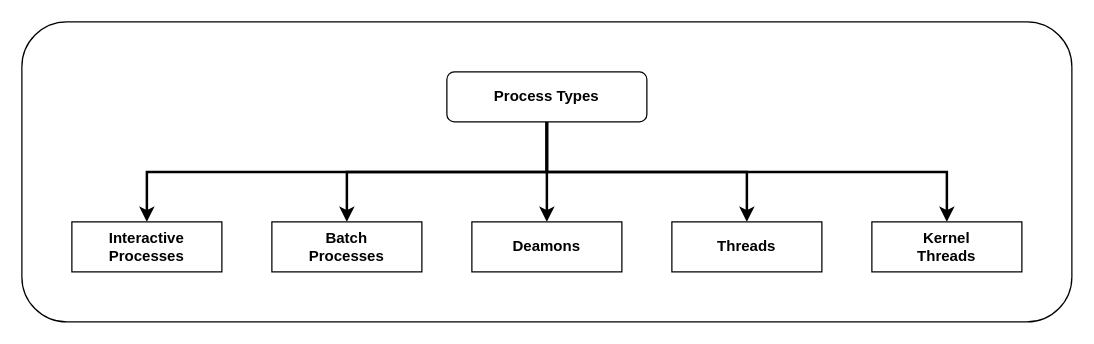
The draw.io diagram LFS101x_Introduction_to_Linux/DrawIO/Linux_Process_Types.drawio in Ravi-Upadhyay/linux-playground, before the edit. Source tidied: cells renumbered, new cells numbered last; positions are measured from the earlier drawing's top-left corner, leaving out a move shared by most shapes. Both pictures are drawn from the tidied source at 125%, with x=0, y=0 at pixel (21, 21).
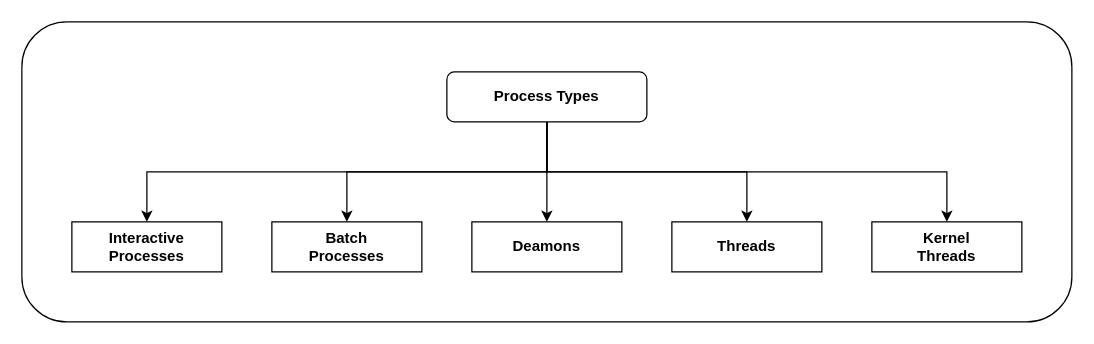
The same page after the edit.

Commit message (it also covers changes not shown here):
Add diagram Representation_of_process

The edit, as a diff of the source:
```diff
@@
 <mxGraphModel>
   <root>
     <mxCell id="0" />
     <mxCell id="1" parent="0" />
     <mxCell id="2" style="rounded=1;whiteSpace=wrap;html=1;fillColor=none;" parent="1" vertex="1">
       <mxGeometry width="840" height="240" as="geometry" />
     </mxCell>
-    <mxCell id="3" style="edgeStyle=orthogonalEdgeStyle;rounded=0;jettySize=auto;html=1;exitX=0.5;exitY=1;exitDx=0;exitDy=0;entryX=0.5;entryY=0;entryDx=0;entryDy=0;strokeWidth=2;" parent="1" edge="1" source="8" target="9">
+    <mxCell id="3" style="edgeStyle=orthogonalEdgeStyle;rounded=0;jettySize=auto;html=1;exitX=0.5;exitY=1;exitDx=0;exitDy=0;entryX=0.5;entryY=0;entryDx=0;entryDy=0;" parent="1" edge="1" source="8" target="9">
       <mxGeometry relative="1" as="geometry" />
     </mxCell>
-    <mxCell id="4" style="edgeStyle=orthogonalEdgeStyle;rounded=0;jettySize=auto;html=1;exitX=0.5;exitY=1;exitDx=0;exitDy=0;entryX=0.5;entryY=0;entryDx=0;entryDy=0;strokeWidth=2;" parent="1" edge="1" source="8" target="10">
+    <mxCell id="4" style="edgeStyle=orthogonalEdgeStyle;rounded=0;jettySize=auto;html=1;exitX=0.5;exitY=1;exitDx=0;exitDy=0;entryX=0.5;entryY=0;entryDx=0;entryDy=0;" parent="1" edge="1" source="8" target="10">
       <mxGeometry relative="1" as="geometry" />
     </mxCell>
-    <mxCell id="5" style="edgeStyle=orthogonalEdgeStyle;rounded=0;jettySize=auto;html=1;exitX=0.5;exitY=1;exitDx=0;exitDy=0;entryX=0.5;entryY=0;entryDx=0;entryDy=0;strokeWidth=2;" parent="1" edge="1" source="8" target="11">
+    <mxCell id="5" style="edgeStyle=orthogonalEdgeStyle;rounded=0;jettySize=auto;html=1;exitX=0.5;exitY=1;exitDx=0;exitDy=0;entryX=0.5;entryY=0;entryDx=0;entryDy=0;" parent="1" edge="1" source="8" target="11">
       <mxGeometry relative="1" as="geometry" />
     </mxCell>
-    <mxCell id="6" style="edgeStyle=orthogonalEdgeStyle;rounded=0;jettySize=auto;html=1;exitX=0.5;exitY=1;exitDx=0;exitDy=0;strokeWidth=2;" parent="1" edge="1" source="8" target="12">
+    <mxCell id="6" style="edgeStyle=orthogonalEdgeStyle;rounded=0;jettySize=auto;html=1;exitX=0.5;exitY=1;exitDx=0;exitDy=0;" parent="1" edge="1" source="8" target="12">
       <mxGeometry relative="1" as="geometry" />
     </mxCell>
-    <mxCell id="7" style="edgeStyle=orthogonalEdgeStyle;rounded=0;jettySize=auto;html=1;exitX=0.5;exitY=1;exitDx=0;exitDy=0;strokeWidth=2;" parent="1" edge="1" source="8" target="13">
+    <mxCell id="7" style="edgeStyle=orthogonalEdgeStyle;rounded=0;jettySize=auto;html=1;exitX=0.5;exitY=1;exitDx=0;exitDy=0;" parent="1" edge="1" source="8" target="13">
       <mxGeometry relative="1" as="geometry" />
     </mxCell>
     <mxCell id="8" value="Process Types" style="rounded=1;whiteSpace=wrap;html=1;fontStyle=1;" parent="1" vertex="1">
       <mxGeometry x="340" y="40" width="160" height="40" as="geometry" />
     </mxCell>
     <mxCell id="9" value="Interactive&lt;br&gt;Processes" style="rounded=0;whiteSpace=wrap;html=1;fontStyle=1;horizontal=1;" parent="1" vertex="1">
       <mxGeometry x="40" y="160" width="120" height="40" as="geometry" />
     </mxCell>
     <mxCell id="10" value="Batch&lt;br&gt;Processes" style="rounded=0;whiteSpace=wrap;html=1;fontStyle=1;horizontal=1;" parent="1" vertex="1">
       <mxGeometry x="200" y="160" width="120" height="40" as="geometry" />
     </mxCell>
     <mxCell id="11" value="Deamons" style="rounded=0;whiteSpace=wrap;html=1;fontStyle=1;horizontal=1;" parent="1" vertex="1">
       <mxGeometry x="360" y="160" width="120" height="40" as="geometry" />
     </mxCell>
     <mxCell id="12" value="Threads" style="rounded=0;whiteSpace=wrap;html=1;fontStyle=1;horizontal=1;" parent="1" vertex="1">
       <mxGeometry x="520" y="160" width="120" height="40" as="geometry" />
     </mxCell>
     <mxCell id="13" value="Kernel&lt;br&gt;Threads" style="rounded=0;whiteSpace=wrap;html=1;fontStyle=1;horizontal=1;" parent="1" vertex="1">
       <mxGeometry x="680" y="160" width="120" height="40" as="geometry" />
     </mxCell>
   </root>
 </mxGraphModel>
```
